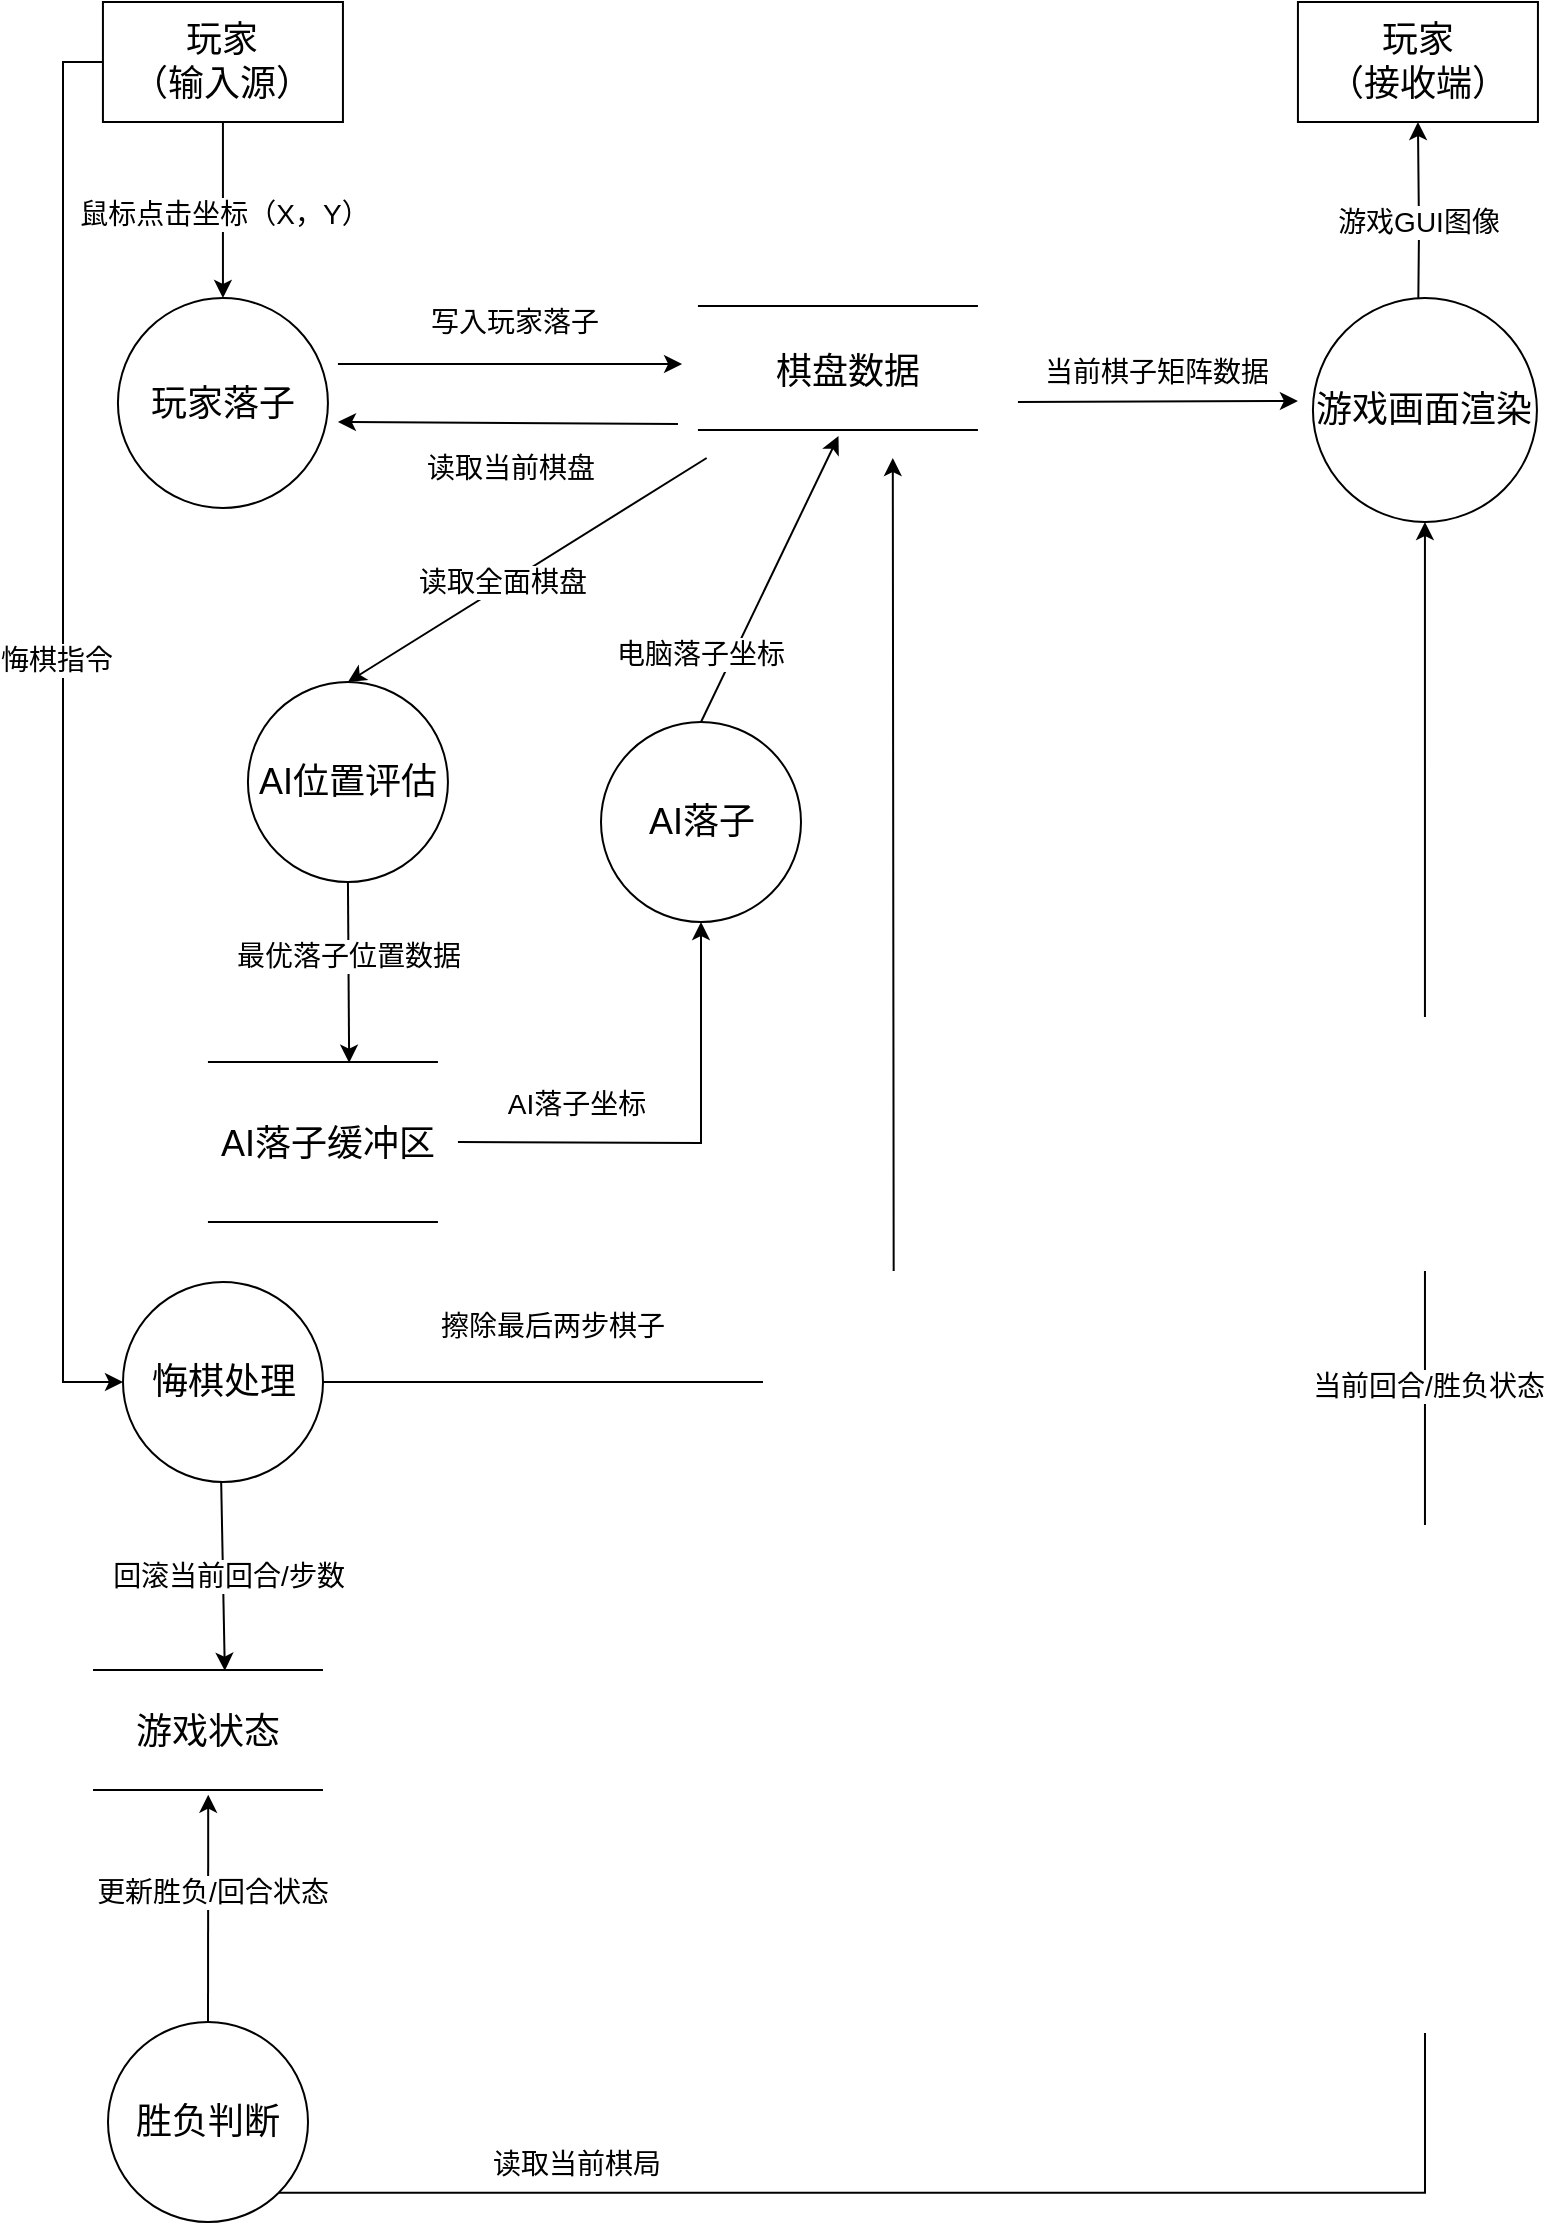
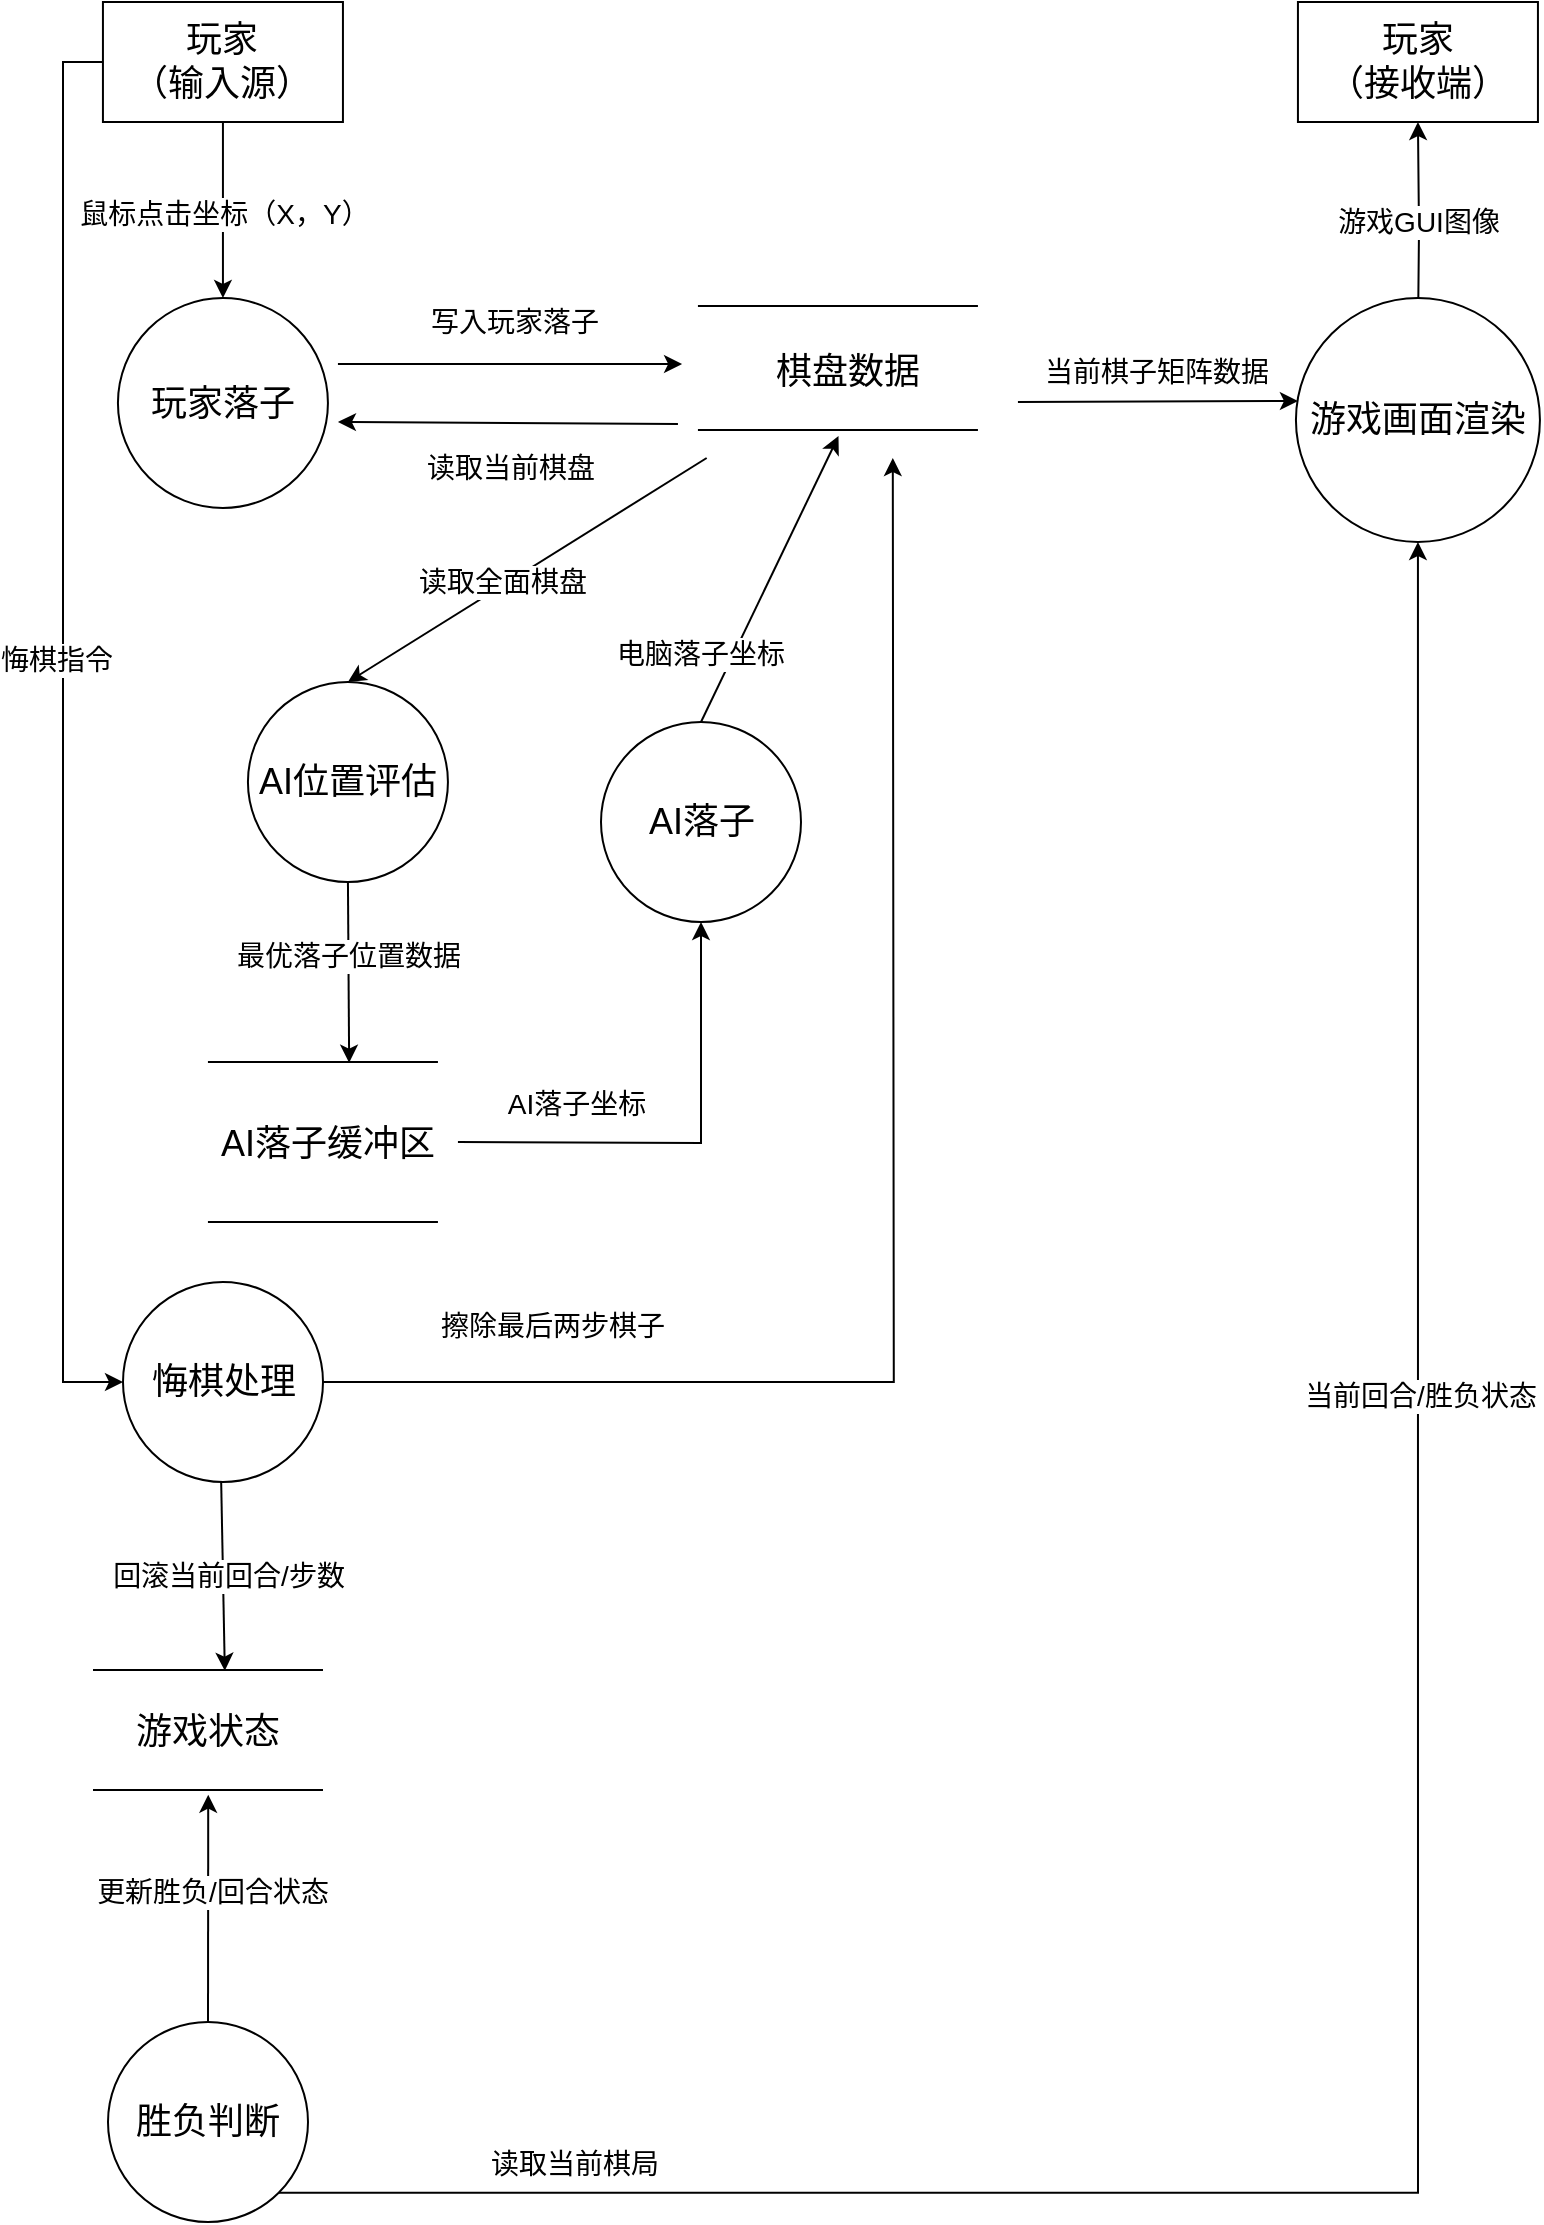
<mxfile host="app.diagrams.net">
  <diagram name="Page-1" id="hryGj0KzSXnJhMcqTr9-">
    <mxGraphModel dx="1201" dy="825" grid="1" gridSize="10" guides="1" tooltips="1" connect="1" arrows="1" fold="1" page="1" pageScale="1" pageWidth="827" pageHeight="1169" math="0" shadow="0">
      <root>
        <mxCell id="0" />
        <mxCell id="1" parent="0" />
        <mxCell id="fDHwApNMCYBN-XmplwMt-11" edge="1" parent="1" source="fDHwApNMCYBN-XmplwMt-3" style="edgeStyle=orthogonalEdgeStyle;rounded=0;orthogonalLoop=1;jettySize=auto;html=1;exitX=0.5;exitY=1;exitDx=0;exitDy=0;entryX=0.5;entryY=0;entryDx=0;entryDy=0;" target="SoA14i47H3jGXmkj97EN-22">
          <mxGeometry relative="1" as="geometry">
            <mxPoint x="93.97" y="200" as="targetPoint" />
          </mxGeometry>
        </mxCell>
        <mxCell id="fDHwApNMCYBN-XmplwMt-12" connectable="0" parent="fDHwApNMCYBN-XmplwMt-11" style="edgeLabel;html=1;align=center;verticalAlign=middle;resizable=0;points=[];" value="&lt;font style=&quot;font-size: 14px;&quot;&gt;鼠标点击坐标（X，Y）&lt;/font&gt;" vertex="1">
          <mxGeometry relative="1" x="0.0364" as="geometry">
            <mxPoint as="offset" />
          </mxGeometry>
        </mxCell>
        <mxCell id="SoA14i47H3jGXmkj97EN-53" edge="1" parent="1" source="fDHwApNMCYBN-XmplwMt-3" style="edgeStyle=orthogonalEdgeStyle;rounded=0;orthogonalLoop=1;jettySize=auto;html=1;exitX=0;exitY=0.5;exitDx=0;exitDy=0;entryX=0;entryY=0.5;entryDx=0;entryDy=0;" target="SoA14i47H3jGXmkj97EN-41">
          <mxGeometry relative="1" as="geometry" />
        </mxCell>
        <mxCell id="SoA14i47H3jGXmkj97EN-54" connectable="0" parent="SoA14i47H3jGXmkj97EN-53" style="edgeLabel;html=1;align=center;verticalAlign=middle;resizable=0;points=[];" value="&lt;font style=&quot;font-size: 14px;&quot;&gt;悔棋指令&lt;/font&gt;" vertex="1">
          <mxGeometry relative="1" x="-0.1018" y="-4" as="geometry">
            <mxPoint as="offset" />
          </mxGeometry>
        </mxCell>
        <mxCell id="fDHwApNMCYBN-XmplwMt-3" parent="1" style="rounded=0;whiteSpace=wrap;html=1;" value="&lt;font style=&quot;font-size: 18px;&quot;&gt;玩家&lt;/font&gt;&lt;div&gt;&lt;font style=&quot;font-size: 18px;&quot;&gt;（输入源）&lt;/font&gt;&lt;/div&gt;" vertex="1">
          <mxGeometry height="60" width="120" x="66.47" y="30" as="geometry" />
        </mxCell>
        <mxCell id="SoA14i47H3jGXmkj97EN-37" edge="1" parent="1" style="edgeStyle=orthogonalEdgeStyle;rounded=0;orthogonalLoop=1;jettySize=auto;html=1;exitX=0.5;exitY=0;exitDx=0;exitDy=0;entryX=0.5;entryY=1;entryDx=0;entryDy=0;" target="fDHwApNMCYBN-XmplwMt-10">
          <mxGeometry relative="1" as="geometry">
            <mxPoint x="723.97" y="198" as="sourcePoint" />
          </mxGeometry>
        </mxCell>
        <mxCell id="SoA14i47H3jGXmkj97EN-38" connectable="0" parent="SoA14i47H3jGXmkj97EN-37" style="edgeLabel;html=1;align=center;verticalAlign=middle;resizable=0;points=[];" value="&lt;font style=&quot;font-size: 14px;&quot;&gt;游戏GUI图像&lt;/font&gt;" vertex="1">
          <mxGeometry relative="1" x="0.0741" as="geometry">
            <mxPoint as="offset" />
          </mxGeometry>
        </mxCell>
        <mxCell id="fDHwApNMCYBN-XmplwMt-10" parent="1" style="rounded=0;whiteSpace=wrap;html=1;" value="&lt;span style=&quot;font-size: 18px;&quot;&gt;玩家&lt;/span&gt;&lt;div&gt;&lt;span style=&quot;font-size: 18px;&quot;&gt;（接收端）&lt;/span&gt;&lt;/div&gt;" vertex="1">
          <mxGeometry height="60" width="120" x="663.97" y="30" as="geometry" />
        </mxCell>
        <mxCell id="SoA14i47H3jGXmkj97EN-10" edge="1" parent="1" style="endArrow=classic;html=1;rounded=0;entryX=0.013;entryY=0.14;entryDx=0;entryDy=0;entryPerimeter=0;" value="">
          <mxGeometry height="50" relative="1" width="50" as="geometry">
            <mxPoint x="183.97" y="211" as="sourcePoint" />
            <mxPoint x="356.037" y="211" as="targetPoint" />
          </mxGeometry>
        </mxCell>
        <mxCell id="SoA14i47H3jGXmkj97EN-11" connectable="0" parent="SoA14i47H3jGXmkj97EN-10" style="edgeLabel;html=1;align=center;verticalAlign=middle;resizable=0;points=[];" value="&lt;font style=&quot;font-size: 14px;&quot;&gt;写入玩家落子&lt;/font&gt;" vertex="1">
          <mxGeometry relative="1" x="0.0202" y="1" as="geometry">
            <mxPoint y="-20" as="offset" />
          </mxGeometry>
        </mxCell>
        <mxCell id="SoA14i47H3jGXmkj97EN-12" edge="1" parent="1" style="endArrow=classic;html=1;rounded=0;exitX=0.925;exitY=0;exitDx=0;exitDy=0;exitPerimeter=0;" value="">
          <mxGeometry height="50" relative="1" width="50" as="geometry">
            <mxPoint x="353.96999999999997" y="241" as="sourcePoint" />
            <mxPoint x="183.97" y="240" as="targetPoint" />
          </mxGeometry>
        </mxCell>
        <mxCell id="SoA14i47H3jGXmkj97EN-13" connectable="0" parent="SoA14i47H3jGXmkj97EN-12" style="edgeLabel;html=1;align=center;verticalAlign=middle;resizable=0;points=[];" value="&lt;font style=&quot;font-size: 14px;&quot;&gt;读取当前棋盘&lt;/font&gt;&lt;div&gt;&lt;font style=&quot;font-size: 14px;&quot;&gt;&lt;br&gt;&lt;/font&gt;&lt;/div&gt;" vertex="1">
          <mxGeometry relative="1" x="0.0202" y="1" as="geometry">
            <mxPoint x="2" y="29" as="offset" />
          </mxGeometry>
        </mxCell>
        <mxCell id="SoA14i47H3jGXmkj97EN-14" edge="1" parent="1" style="endArrow=classic;html=1;rounded=0;exitX=0.355;exitY=0.958;exitDx=0;exitDy=0;exitPerimeter=0;entryX=0.5;entryY=0;entryDx=0;entryDy=0;" target="SoA14i47H3jGXmkj97EN-23" value="">
          <mxGeometry height="50" relative="1" width="50" as="geometry">
            <mxPoint x="368.3400000000001" y="258.00399999999996" as="sourcePoint" />
            <mxPoint x="178.5" y="370" as="targetPoint" />
          </mxGeometry>
        </mxCell>
        <mxCell id="SoA14i47H3jGXmkj97EN-15" connectable="0" parent="SoA14i47H3jGXmkj97EN-14" style="edgeLabel;html=1;align=center;verticalAlign=middle;resizable=0;points=[];" value="&lt;font style=&quot;font-size: 14px;&quot;&gt;读取全面棋盘&lt;/font&gt;" vertex="1">
          <mxGeometry relative="1" x="-0.1782" as="geometry">
            <mxPoint x="-29" y="16" as="offset" />
          </mxGeometry>
        </mxCell>
        <mxCell id="SoA14i47H3jGXmkj97EN-16" edge="1" parent="1" style="endArrow=classic;html=1;rounded=0;entryX=0.013;entryY=0.14;entryDx=0;entryDy=0;entryPerimeter=0;" value="">
          <mxGeometry height="50" relative="1" width="50" as="geometry">
            <mxPoint x="523.97" y="230" as="sourcePoint" />
            <mxPoint x="663.9670000000001" y="229.5" as="targetPoint" />
          </mxGeometry>
        </mxCell>
        <mxCell id="SoA14i47H3jGXmkj97EN-17" connectable="0" parent="SoA14i47H3jGXmkj97EN-16" style="edgeLabel;html=1;align=center;verticalAlign=middle;resizable=0;points=[];" value="&lt;span style=&quot;font-size: 14px;&quot;&gt;当前棋子矩阵数据&lt;/span&gt;" vertex="1">
          <mxGeometry relative="1" x="0.0202" y="1" as="geometry">
            <mxPoint x="-3" y="-14" as="offset" />
          </mxGeometry>
        </mxCell>
        <mxCell id="SoA14i47H3jGXmkj97EN-22" parent="1" style="ellipse;whiteSpace=wrap;html=1;aspect=fixed;" value="&lt;font style=&quot;font-size: 18px;&quot;&gt;玩家落子&lt;/font&gt;" vertex="1">
          <mxGeometry height="105" width="105" x="73.97" y="178" as="geometry" />
        </mxCell>
        <mxCell id="SoA14i47H3jGXmkj97EN-23" parent="1" style="ellipse;whiteSpace=wrap;html=1;aspect=fixed;" value="&lt;font style=&quot;font-size: 18px;&quot;&gt;AI位置评估&lt;/font&gt;" vertex="1">
          <mxGeometry height="100" width="100" x="138.97" y="370" as="geometry" />
        </mxCell>
        <mxCell id="SoA14i47H3jGXmkj97EN-24" parent="1" style="ellipse;whiteSpace=wrap;html=1;aspect=fixed;" value="&lt;font style=&quot;font-size: 18px;&quot;&gt;AI落子&lt;/font&gt;" vertex="1">
          <mxGeometry height="100" width="100" x="315.5" y="390" as="geometry" />
        </mxCell>
        <mxCell id="SoA14i47H3jGXmkj97EN-39" edge="1" parent="1" source="SoA14i47H3jGXmkj97EN-25" style="edgeStyle=orthogonalEdgeStyle;rounded=0;orthogonalLoop=1;jettySize=auto;html=1;exitX=1;exitY=1;exitDx=0;exitDy=0;entryX=0.5;entryY=1;entryDx=0;entryDy=0;" target="SoA14i47H3jGXmkj97EN-64">
          <mxGeometry relative="1" as="geometry">
            <mxPoint x="723.97" y="260" as="targetPoint" />
          </mxGeometry>
        </mxCell>
        <mxCell id="SoA14i47H3jGXmkj97EN-40" connectable="0" parent="SoA14i47H3jGXmkj97EN-39" style="edgeLabel;html=1;align=center;verticalAlign=middle;resizable=0;points=[];" value="&lt;font style=&quot;font-size: 14px;&quot;&gt;当前回合/胜负状态&lt;/font&gt;" vertex="1">
          <mxGeometry relative="1" x="0.2828" y="-1" as="geometry">
            <mxPoint y="-73" as="offset" />
          </mxGeometry>
        </mxCell>
        <mxCell id="SoA14i47H3jGXmkj97EN-52" connectable="0" parent="SoA14i47H3jGXmkj97EN-39" style="edgeLabel;html=1;align=center;verticalAlign=middle;resizable=0;points=[];" value="&lt;font style=&quot;font-size: 14px;&quot;&gt;读取当前棋局&lt;/font&gt;" vertex="1">
          <mxGeometry relative="1" x="-0.7892" y="-2" as="geometry">
            <mxPoint y="-17" as="offset" />
          </mxGeometry>
        </mxCell>
        <mxCell id="SoA14i47H3jGXmkj97EN-60" edge="1" parent="1" source="SoA14i47H3jGXmkj97EN-25" style="rounded=0;orthogonalLoop=1;jettySize=auto;html=1;exitX=0.5;exitY=0;exitDx=0;exitDy=0;entryX=0.501;entryY=0.792;entryDx=0;entryDy=0;entryPerimeter=0;" target="SoA14i47H3jGXmkj97EN-50">
          <mxGeometry relative="1" as="geometry">
            <mxPoint x="501.5" y="930" as="targetPoint" />
          </mxGeometry>
        </mxCell>
        <mxCell id="SoA14i47H3jGXmkj97EN-61" connectable="0" parent="SoA14i47H3jGXmkj97EN-60" style="edgeLabel;html=1;align=center;verticalAlign=middle;resizable=0;points=[];" value="&lt;font style=&quot;font-size: 14px;&quot;&gt;更新胜负/回合状态&lt;/font&gt;" vertex="1">
          <mxGeometry relative="1" x="-0.1486" y="-2" as="geometry">
            <mxPoint y="-17" as="offset" />
          </mxGeometry>
        </mxCell>
        <mxCell id="SoA14i47H3jGXmkj97EN-25" parent="1" style="ellipse;whiteSpace=wrap;html=1;aspect=fixed;" value="&lt;font style=&quot;font-size: 18px;&quot;&gt;胜负判断&lt;/font&gt;" vertex="1">
          <mxGeometry height="100" width="100" x="68.99999999999994" y="1040" as="geometry" />
        </mxCell>
        <mxCell id="SoA14i47H3jGXmkj97EN-27" parent="1" style="line;strokeWidth=1;fillColor=none;align=left;verticalAlign=middle;spacingTop=-1;spacingLeft=3;spacingRight=3;rotatable=0;labelPosition=right;points=[];portConstraint=eastwest;strokeColor=inherit;" value="" vertex="1">
          <mxGeometry height="8" width="140" x="363.96999999999997" y="178" as="geometry" />
        </mxCell>
        <mxCell id="SoA14i47H3jGXmkj97EN-28" parent="1" style="line;strokeWidth=1;fillColor=none;align=left;verticalAlign=middle;spacingTop=-1;spacingLeft=3;spacingRight=3;rotatable=0;labelPosition=right;points=[];portConstraint=eastwest;strokeColor=inherit;" value="" vertex="1">
          <mxGeometry height="8" width="140" x="363.96999999999997" y="240" as="geometry" />
        </mxCell>
        <mxCell id="SoA14i47H3jGXmkj97EN-29" parent="1" style="text;html=1;whiteSpace=wrap;strokeColor=none;fillColor=none;align=center;verticalAlign=middle;rounded=0;" value="&lt;font style=&quot;font-size: 18px;&quot;&gt;棋盘数据&lt;/font&gt;" vertex="1">
          <mxGeometry height="30" width="110" x="383.96999999999997" y="200" as="geometry" />
        </mxCell>
        <mxCell id="SoA14i47H3jGXmkj97EN-33" edge="1" parent="1" style="rounded=0;orthogonalLoop=1;jettySize=auto;html=1;entryX=0.5;entryY=1;entryDx=0;entryDy=0;edgeStyle=orthogonalEdgeStyle;" target="SoA14i47H3jGXmkj97EN-24">
          <mxGeometry relative="1" as="geometry">
            <mxPoint x="243.97" y="600" as="sourcePoint" />
          </mxGeometry>
        </mxCell>
        <mxCell id="SoA14i47H3jGXmkj97EN-34" connectable="0" parent="SoA14i47H3jGXmkj97EN-33" style="edgeLabel;html=1;align=center;verticalAlign=middle;resizable=0;points=[];" value="&lt;font style=&quot;font-size: 14px;&quot;&gt;AI落子坐标&lt;/font&gt;" vertex="1">
          <mxGeometry relative="1" x="0.0204" y="5" as="geometry">
            <mxPoint x="-60" y="-15" as="offset" />
          </mxGeometry>
        </mxCell>
        <mxCell id="SoA14i47H3jGXmkj97EN-31" edge="1" parent="1" source="SoA14i47H3jGXmkj97EN-23" style="endArrow=classic;html=1;rounded=0;entryX=0.614;entryY=0.542;entryDx=0;entryDy=0;exitX=0.5;exitY=1;exitDx=0;exitDy=0;entryPerimeter=0;" target="SoA14i47H3jGXmkj97EN-42" value="">
          <mxGeometry height="50" relative="1" width="50" as="geometry">
            <mxPoint x="451.90299999999996" y="310" as="sourcePoint" />
            <mxPoint x="88.97" y="550" as="targetPoint" />
          </mxGeometry>
        </mxCell>
        <mxCell id="SoA14i47H3jGXmkj97EN-32" connectable="0" parent="SoA14i47H3jGXmkj97EN-31" style="edgeLabel;html=1;align=center;verticalAlign=middle;resizable=0;points=[];" value="&lt;span style=&quot;font-size: 14px;&quot;&gt;最优落子位置数据&lt;/span&gt;" vertex="1">
          <mxGeometry relative="1" x="-0.1782" as="geometry">
            <mxPoint as="offset" />
          </mxGeometry>
        </mxCell>
        <mxCell id="SoA14i47H3jGXmkj97EN-35" edge="1" parent="1" source="SoA14i47H3jGXmkj97EN-24" style="rounded=0;orthogonalLoop=1;jettySize=auto;html=1;exitX=0.5;exitY=0;exitDx=0;exitDy=0;entryX=0.502;entryY=0.875;entryDx=0;entryDy=0;entryPerimeter=0;" target="SoA14i47H3jGXmkj97EN-28">
          <mxGeometry relative="1" as="geometry" />
        </mxCell>
        <mxCell id="SoA14i47H3jGXmkj97EN-36" connectable="0" parent="SoA14i47H3jGXmkj97EN-35" style="edgeLabel;html=1;align=center;verticalAlign=middle;resizable=0;points=[];" value="&lt;span style=&quot;font-size: 14px;&quot;&gt;电脑落子坐标&lt;/span&gt;" vertex="1">
          <mxGeometry relative="1" x="-0.0044" y="1" as="geometry">
            <mxPoint x="-34" y="37" as="offset" />
          </mxGeometry>
        </mxCell>
        <mxCell id="SoA14i47H3jGXmkj97EN-55" edge="1" parent="1" source="SoA14i47H3jGXmkj97EN-41" style="edgeStyle=orthogonalEdgeStyle;rounded=0;orthogonalLoop=1;jettySize=auto;html=1;exitX=1;exitY=0.5;exitDx=0;exitDy=0;">
          <mxGeometry relative="1" as="geometry">
            <mxPoint x="211.5" y="748" as="sourcePoint" />
            <mxPoint x="461.4" y="258" as="targetPoint" />
          </mxGeometry>
        </mxCell>
        <mxCell id="SoA14i47H3jGXmkj97EN-57" connectable="0" parent="SoA14i47H3jGXmkj97EN-55" style="edgeLabel;html=1;align=center;verticalAlign=middle;resizable=0;points=[];" value="&lt;font style=&quot;font-size: 14px;&quot;&gt;擦除最后两步棋子&lt;/font&gt;" vertex="1">
          <mxGeometry relative="1" x="-0.6914" y="3" as="geometry">
            <mxPoint x="-1" y="-25" as="offset" />
          </mxGeometry>
        </mxCell>
        <mxCell id="SoA14i47H3jGXmkj97EN-58" edge="1" parent="1" style="rounded=0;orthogonalLoop=1;jettySize=auto;html=1;exitX=0.5;exitY=1;exitDx=0;exitDy=0;entryX=0.581;entryY=0.542;entryDx=0;entryDy=0;entryPerimeter=0;">
          <mxGeometry relative="1" as="geometry">
            <mxPoint x="125.59" y="770" as="sourcePoint" />
            <mxPoint x="127.40500000000006" y="864.336" as="targetPoint" />
          </mxGeometry>
        </mxCell>
        <mxCell id="SoA14i47H3jGXmkj97EN-59" connectable="0" parent="SoA14i47H3jGXmkj97EN-58" style="edgeLabel;html=1;align=center;verticalAlign=middle;resizable=0;points=[];" value="&lt;font style=&quot;font-size: 14px;&quot;&gt;回滚当前回合/步数&lt;/font&gt;" vertex="1">
          <mxGeometry relative="1" x="0.2601" y="2" as="geometry">
            <mxPoint y="-13" as="offset" />
          </mxGeometry>
        </mxCell>
        <mxCell id="SoA14i47H3jGXmkj97EN-41" parent="1" style="ellipse;whiteSpace=wrap;html=1;aspect=fixed;" value="&lt;font style=&quot;font-size: 18px;&quot;&gt;悔棋处理&lt;/font&gt;" vertex="1">
          <mxGeometry height="100" width="100" x="76.5" y="670" as="geometry" />
        </mxCell>
        <mxCell id="SoA14i47H3jGXmkj97EN-42" parent="1" style="line;strokeWidth=1;fillColor=none;align=left;verticalAlign=middle;spacingTop=-1;spacingLeft=3;spacingRight=3;rotatable=0;labelPosition=right;points=[];portConstraint=eastwest;strokeColor=inherit;" value="" vertex="1">
          <mxGeometry height="8" width="115" x="118.97" y="556" as="geometry" />
        </mxCell>
        <mxCell id="SoA14i47H3jGXmkj97EN-43" parent="1" style="line;strokeWidth=1;fillColor=none;align=left;verticalAlign=middle;spacingTop=-1;spacingLeft=3;spacingRight=3;rotatable=0;labelPosition=right;points=[];portConstraint=eastwest;strokeColor=inherit;" value="" vertex="1">
          <mxGeometry height="8" width="115" x="118.97" y="636" as="geometry" />
        </mxCell>
        <mxCell id="SoA14i47H3jGXmkj97EN-44" parent="1" style="text;html=1;whiteSpace=wrap;strokeColor=none;fillColor=none;align=center;verticalAlign=middle;rounded=0;" value="&lt;span style=&quot;font-size: 18px;&quot;&gt;AI落子缓冲区&lt;/span&gt;" vertex="1">
          <mxGeometry height="30" width="110" x="123.97" y="586" as="geometry" />
        </mxCell>
        <mxCell id="SoA14i47H3jGXmkj97EN-49" parent="1" style="line;strokeWidth=1;fillColor=none;align=left;verticalAlign=middle;spacingTop=-1;spacingLeft=3;spacingRight=3;rotatable=0;labelPosition=right;points=[];portConstraint=eastwest;strokeColor=inherit;" value="" vertex="1">
          <mxGeometry height="8" width="115" x="61.5" y="860" as="geometry" />
        </mxCell>
        <mxCell id="SoA14i47H3jGXmkj97EN-50" parent="1" style="line;strokeWidth=1;fillColor=none;align=left;verticalAlign=middle;spacingTop=-1;spacingLeft=3;spacingRight=3;rotatable=0;labelPosition=right;points=[];portConstraint=eastwest;strokeColor=inherit;" value="" vertex="1">
          <mxGeometry height="8" width="115" x="61.5" y="920" as="geometry" />
        </mxCell>
        <mxCell id="SoA14i47H3jGXmkj97EN-51" parent="1" style="text;html=1;whiteSpace=wrap;strokeColor=none;fillColor=none;align=center;verticalAlign=middle;rounded=0;" value="&lt;span style=&quot;font-size: 18px;&quot;&gt;游戏状态&lt;/span&gt;" vertex="1">
          <mxGeometry height="30" width="110" x="64" y="880" as="geometry" />
        </mxCell>
        <mxCell id="SoA14i47H3jGXmkj97EN-64" parent="1" style="ellipse;whiteSpace=wrap;html=1;aspect=fixed;" value="&lt;font style=&quot;font-size: 18px;&quot;&gt;游戏画面渲染&lt;/font&gt;" vertex="1">
-           <mxGeometry height="112" width="112" x="671.47" y="178" as="geometry" />
+           <mxGeometry height="122" width="122" x="662.97" y="178" as="geometry" />
        </mxCell>
      </root>
    </mxGraphModel>
  </diagram>
</mxfile>
